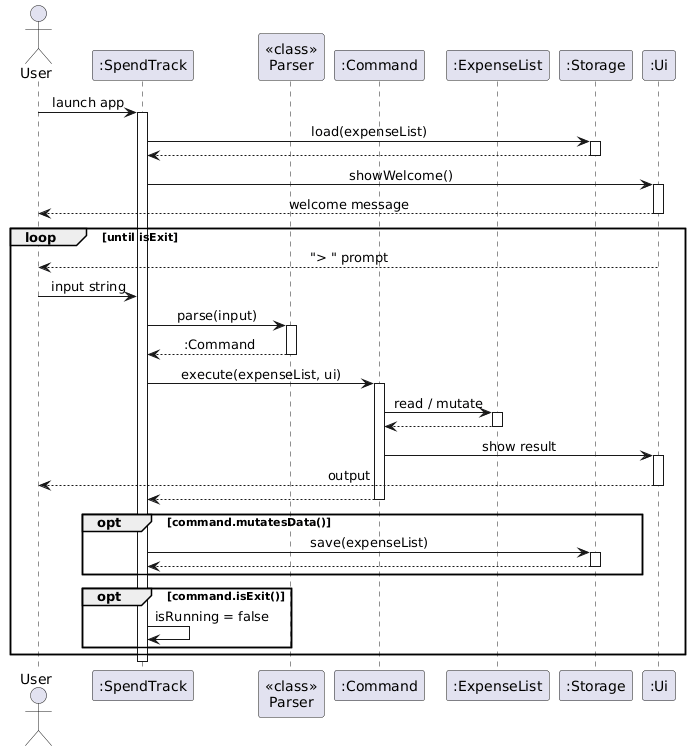
Earlier version of the PlantUML export docs/images/ArchitectureSequence.png (AbhijitBalajee/tp).
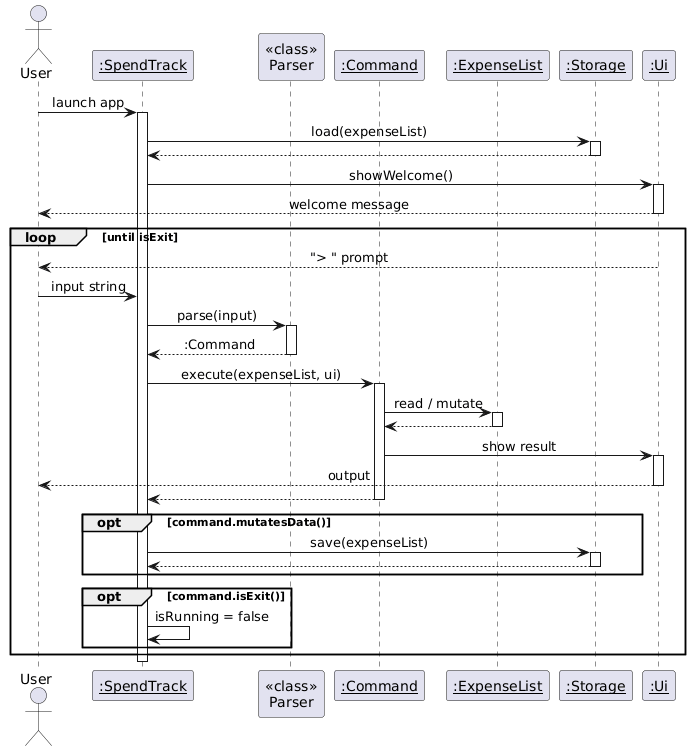
The same file after the commit.

The edit, as a diff of the source:
```diff
@@ -4,12 +4,12 @@
 skinparam sequenceMessageAlign center
 
 actor User
-participant ":SpendTrack" as ST
+participant "<u>:SpendTrack</u>" as ST
 participant "<<class>>\nParser" as P
-participant ":Command" as CMD
-participant ":ExpenseList" as EL
-participant ":Storage" as S
-participant ":Ui" as UI
+participant "<u>:Command</u>" as CMD
+participant "<u>:ExpenseList</u>" as EL
+participant "<u>:Storage</u>" as S
+participant "<u>:Ui</u>" as UI
 
 User -> ST : launch app
 activate ST
```
